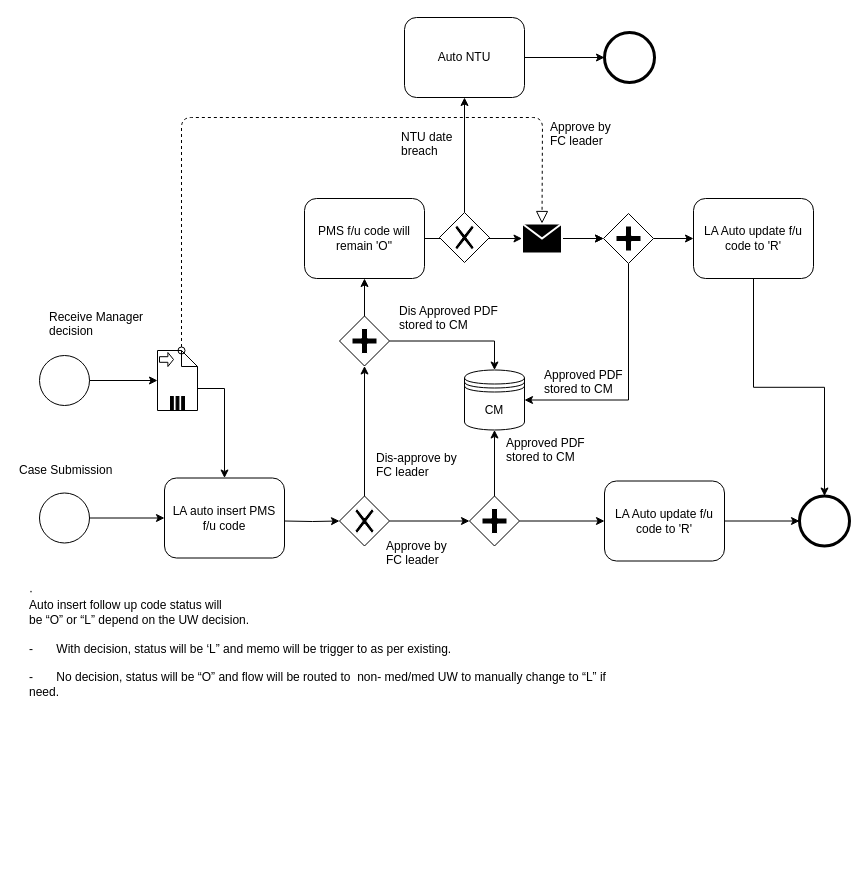
Jefferzonlee/WorkFlow-BPR keeps this draw.io diagram as page "Manager's Approval" (7 of 8) of Untitled Diagram.drawio. Above is the earlier version. Source tidied: cells renumbered, new cells numbered last; positions are measured from the earlier drawing's top-left corner, leaving out a move shared by most shapes. Both pictures are drawn from the tidied source at 100%, with x=0, y=0 at pixel (17, 17).
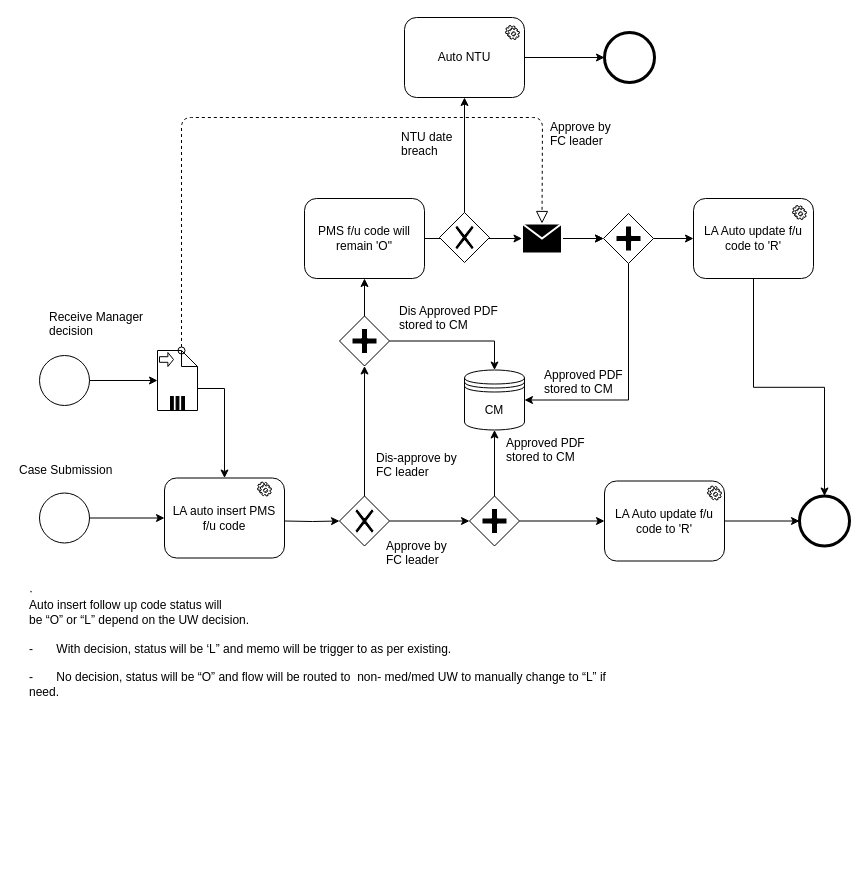
The same page after the edit.

What changed in the source:
```diff
@@
+    <mxCell id="51" style="shape=mxgraph.bpmn.service_task;html=1;" parent="1" vertex="1">
+      <mxGeometry x="240" y="464.5" width="14" height="14" as="geometry" />
+    </mxCell>
+    <mxCell id="52" style="shape=mxgraph.bpmn.service_task;html=1;" parent="1" vertex="1">
+      <mxGeometry x="690" y="468.5" width="14" height="14" as="geometry" />
+    </mxCell>
+    <mxCell id="53" style="shape=mxgraph.bpmn.service_task;html=1;" parent="1" vertex="1">
+      <mxGeometry x="775" y="188" width="14" height="14" as="geometry" />
+    </mxCell>
+    <mxCell id="54" style="shape=mxgraph.bpmn.service_task;html=1;" parent="1" vertex="1">
+      <mxGeometry x="488" y="8" width="14" height="14" as="geometry" />
+    </mxCell>
```
